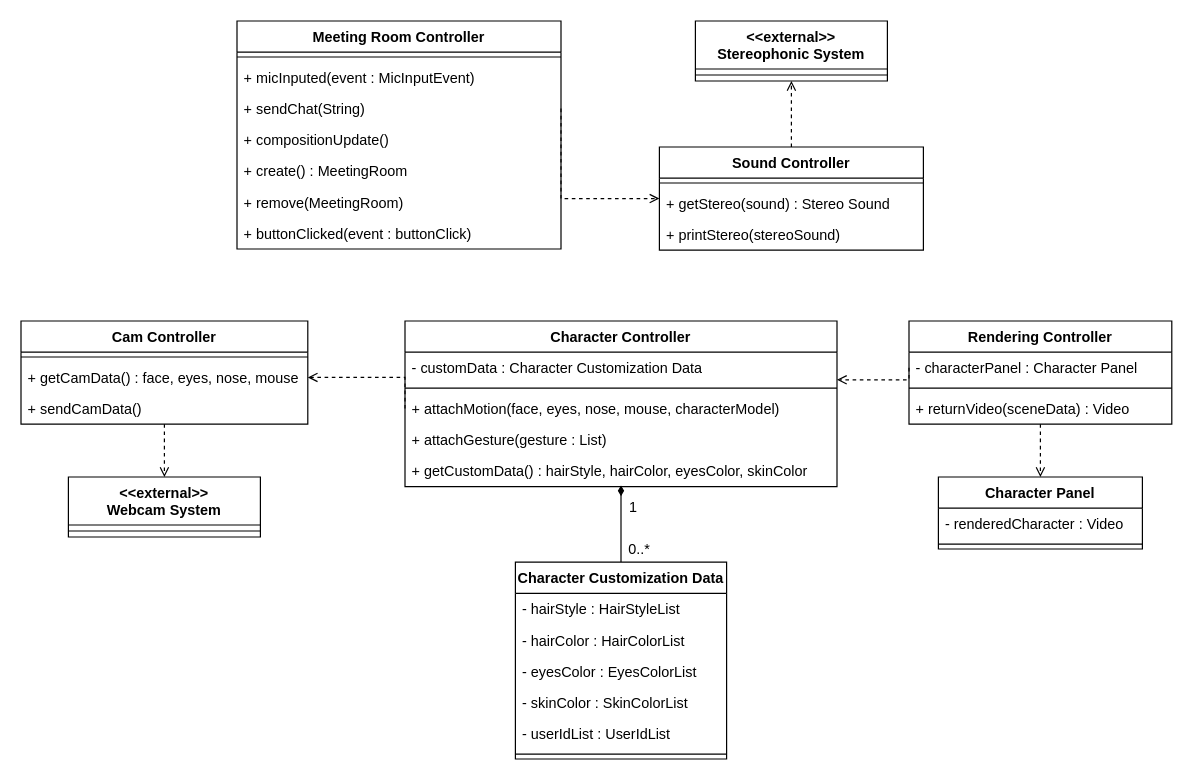
This is CD7.drawio from ONFFLine/Diagram, a draw.io file, before an edit. Source tidied: cells renumbered, new cells numbered last; positions are measured from the earlier drawing's top-left corner, leaving out a move shared by most shapes. Both pictures are drawn from the tidied source at 120%, with x=0, y=0 at pixel (20, 20).
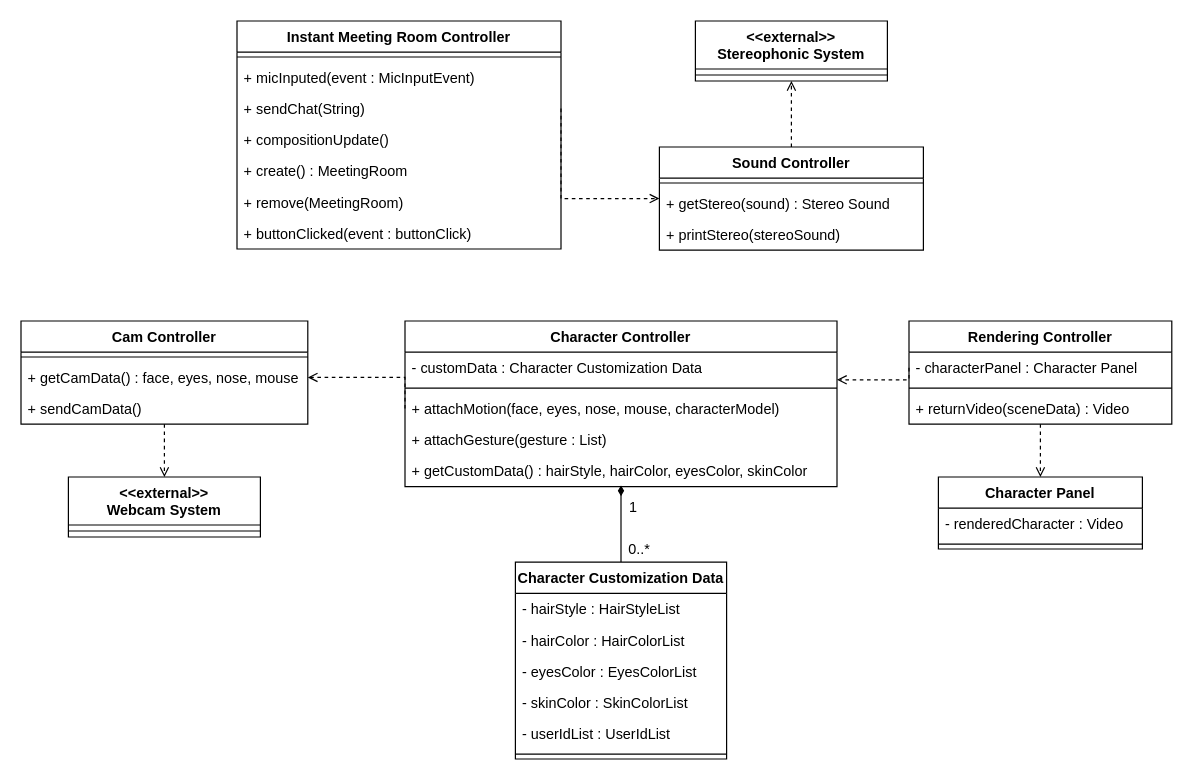
After the change.

Commit message:
add Instant_MeetingRoom

Diff of the diagram source:
```diff
@@
-    <mxCell id="43" value="Meeting Room Controller" style="swimlane;fontStyle=1;align=center;verticalAlign=top;horizontal=1;startSize=26;" parent="1" vertex="1">
+    <mxCell id="43" value="Instant Meeting Room Controller" style="swimlane;fontStyle=1;align=center;verticalAlign=top;horizontal=1;startSize=26;" parent="1" vertex="1">
       <mxGeometry x="180" width="270" height="190" as="geometry" />
     </mxCell>
```
